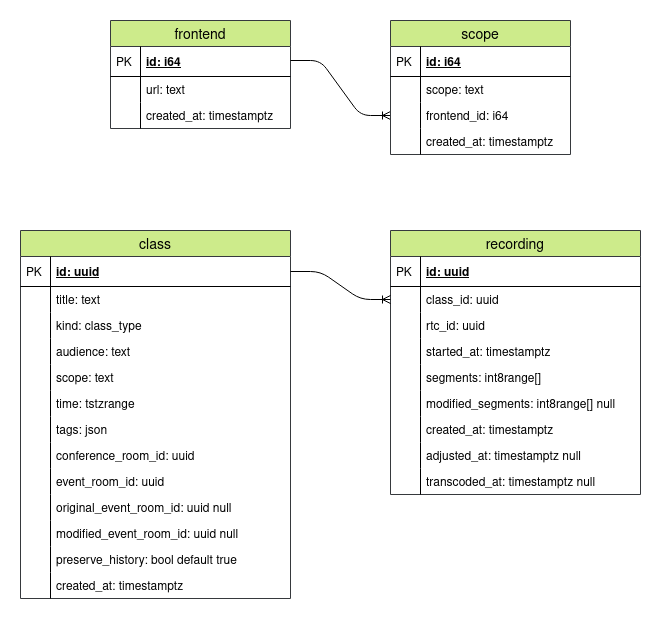
This is docs/data/dispatcher.schema.png from foxford/dispatcher, a draw.io export, as it was before one commit. Source tidied: cells renumbered, new cells last; positions are measured from the earlier drawing's top-left corner, leaving out a move shared by most shapes.
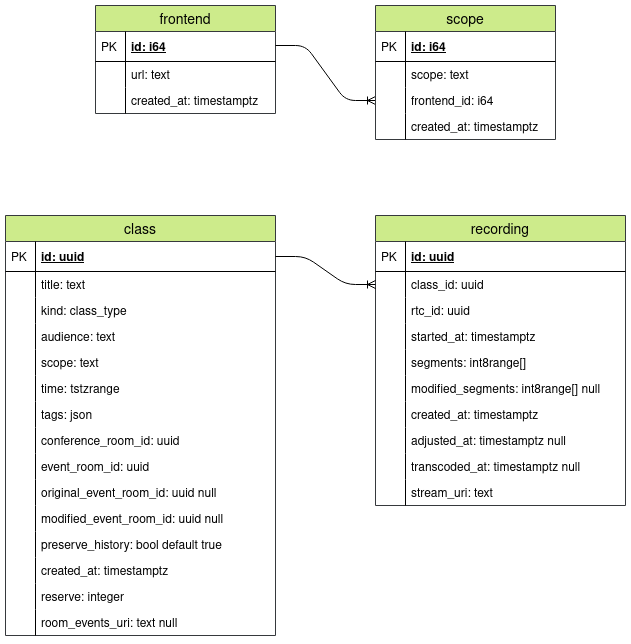
The same file after the commit.

Change to the diagram source:
```diff
@@ -61,7 +61,7 @@
       </mxGeometry>
     </mxCell>
     <mxCell id="20" value="class" style="swimlane;fontStyle=0;horizontal=1;startSize=26;fillColor=#cdeb8b;swimlaneFillColor=#ffffff;align=center;fontSize=14;strokeColor=#36393d;" parent="1" vertex="1">
-      <mxGeometry y="248" width="270" height="368" as="geometry" />
+      <mxGeometry y="248" width="270" height="420" as="geometry" />
     </mxCell>
     <mxCell id="21" value="id: uuid" style="shape=partialRectangle;top=0;left=0;right=0;bottom=1;align=left;verticalAlign=middle;fillColor=none;spacingLeft=34;spacingRight=4;overflow=hidden;points=[[0,0.5],[1,0.5]];portConstraint=eastwest;fontStyle=5;fontSize=12;" parent="20" vertex="1">
       <mxGeometry y="26" width="270" height="30" as="geometry" />
@@ -141,8 +141,20 @@
     <mxCell id="46" style="shape=partialRectangle;top=0;left=0;bottom=0;fillColor=none;align=left;verticalAlign=top;spacingLeft=4;spacingRight=4;overflow=hidden;fontSize=12;" parent="45" vertex="1">
       <mxGeometry width="30" height="26" as="geometry" />
     </mxCell>
+    <mxCell id="67" value="reserve: integer" style="shape=partialRectangle;top=0;left=0;right=0;bottom=0;align=left;verticalAlign=top;fillColor=none;spacingLeft=34;spacingRight=4;overflow=hidden;fontSize=12;" parent="20" vertex="1">
+      <mxGeometry y="368" width="270" height="26" as="geometry" />
+    </mxCell>
+    <mxCell id="68" style="shape=partialRectangle;top=0;left=0;bottom=0;fillColor=none;align=left;verticalAlign=top;spacingLeft=4;spacingRight=4;overflow=hidden;fontSize=12;" parent="67" vertex="1">
+      <mxGeometry width="30" height="26" as="geometry" />
+    </mxCell>
+    <mxCell id="69" value="room_events_uri: text null" style="shape=partialRectangle;top=0;left=0;right=0;bottom=0;align=left;verticalAlign=top;fillColor=none;spacingLeft=34;spacingRight=4;overflow=hidden;fontSize=12;" parent="20" vertex="1">
+      <mxGeometry y="394" width="270" height="26" as="geometry" />
+    </mxCell>
+    <mxCell id="70" style="shape=partialRectangle;top=0;left=0;bottom=0;fillColor=none;align=left;verticalAlign=top;spacingLeft=4;spacingRight=4;overflow=hidden;fontSize=12;" parent="69" vertex="1">
+      <mxGeometry width="30" height="26" as="geometry" />
+    </mxCell>
     <mxCell id="47" value="recording" style="swimlane;fontStyle=0;horizontal=1;startSize=26;fillColor=#CDEB8B;swimlaneFillColor=#ffffff;align=center;fontSize=14;strokeColor=#36393d;" parent="1" vertex="1">
-      <mxGeometry x="370" y="248" width="250" height="264" as="geometry" />
+      <mxGeometry x="370" y="248" width="250" height="290" as="geometry" />
     </mxCell>
     <mxCell id="48" value="id: uuid" style="shape=partialRectangle;top=0;left=0;right=0;bottom=1;align=left;verticalAlign=middle;fillColor=none;spacingLeft=34;spacingRight=4;overflow=hidden;fontStyle=5;fontSize=12;" parent="47" vertex="1">
       <mxGeometry y="26" width="250" height="30" as="geometry" />
@@ -198,6 +210,12 @@
     <mxCell id="65" style="shape=partialRectangle;top=0;left=0;bottom=0;fillColor=none;align=left;verticalAlign=top;spacingLeft=4;spacingRight=4;overflow=hidden;fontSize=12;" parent="64" vertex="1">
       <mxGeometry width="30" height="26" as="geometry" />
     </mxCell>
+    <mxCell id="71" value="stream_uri: text" style="shape=partialRectangle;top=0;left=0;right=0;bottom=0;align=left;verticalAlign=top;fillColor=none;spacingLeft=34;spacingRight=4;overflow=hidden;fontSize=12;" parent="47" vertex="1">
+      <mxGeometry y="264" width="250" height="26" as="geometry" />
+    </mxCell>
+    <mxCell id="72" style="shape=partialRectangle;top=0;left=0;bottom=0;fillColor=none;align=left;verticalAlign=top;spacingLeft=4;spacingRight=4;overflow=hidden;fontSize=12;" parent="71" vertex="1">
+      <mxGeometry width="30" height="26" as="geometry" />
+    </mxCell>
     <mxCell id="66" style="edgeStyle=entityRelationEdgeStyle;fontSize=12;html=1;endArrow=ERoneToMany;entryX=0;entryY=0.5;entryDx=0;entryDy=0;" parent="1" edge="1" source="21" target="50">
       <mxGeometry relative="1" as="geometry" />
     </mxCell>
```
